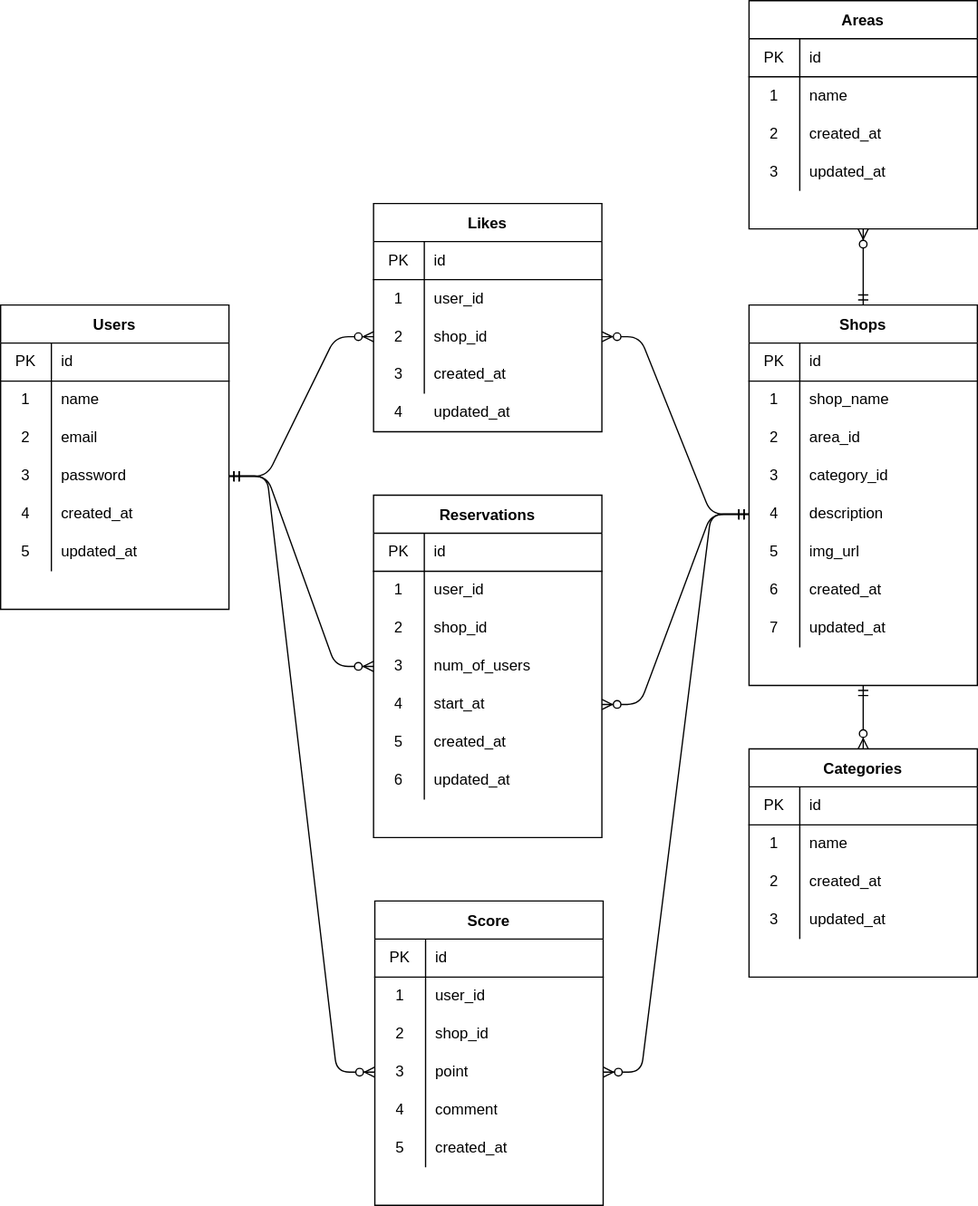
The draw.io diagram er.drawio.svg in rjwiz/rese-pj, before a commit. Source tidied: cells renumbered, new cells last; positions are measured from the earlier drawing's top-left corner, leaving out a move shared by most shapes.
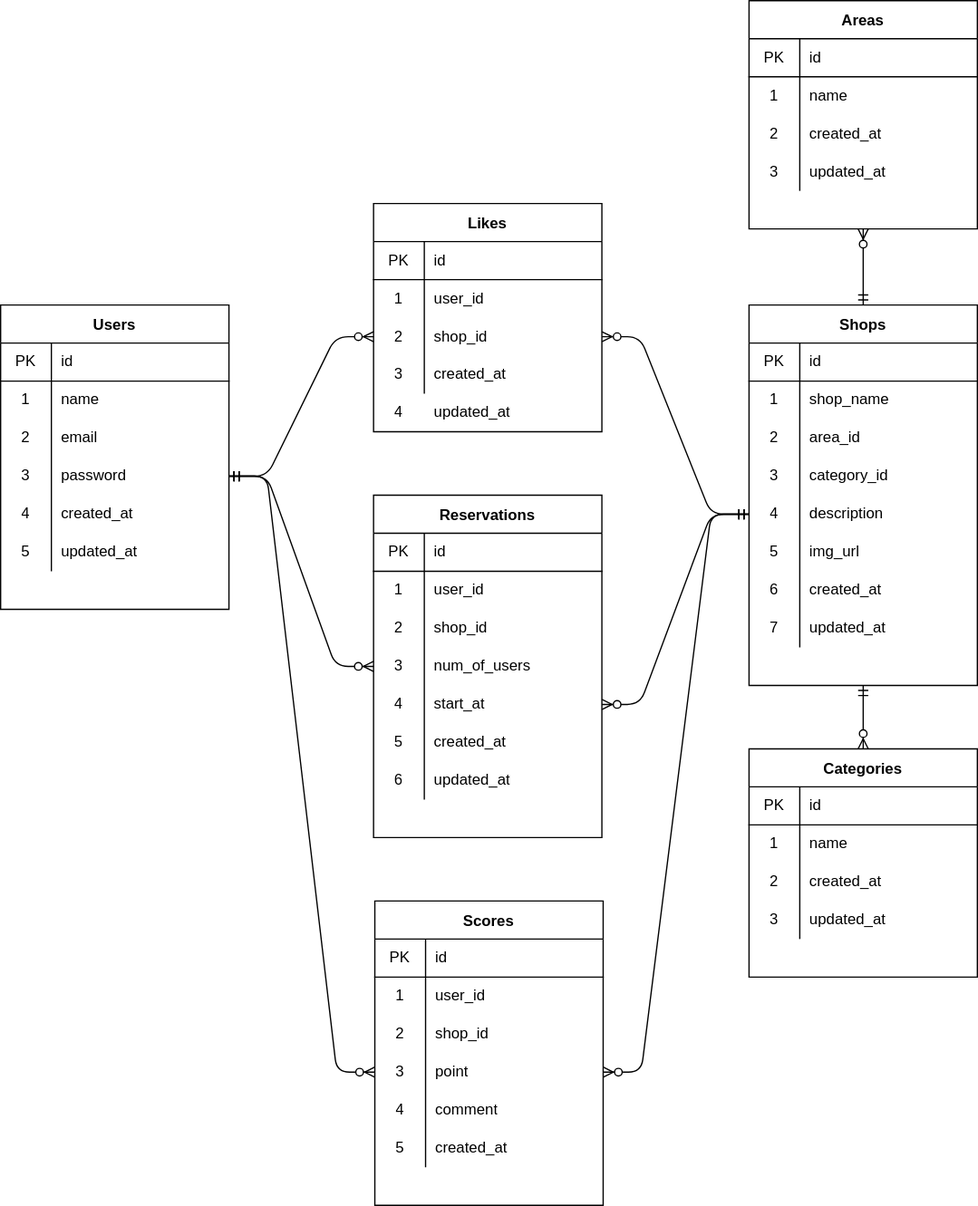
After the commit.

The edit, as a diff of the source:
```diff
@@ -341,7 +341,7 @@
     <mxCell id="114" style="fontSize=12;html=1;endArrow=ERzeroToMany;startArrow=ERmandOne;entryX=0.5;entryY=0;entryDx=0;entryDy=0;exitX=0.5;exitY=1;exitDx=0;exitDy=0;" parent="1" edge="1" source="21" target="81">
       <mxGeometry relative="1" as="geometry" />
     </mxCell>
-    <mxCell id="115" value="Score" style="shape=table;startSize=30;rowLines=0;fontStyle=1;align=center;" parent="1" vertex="1">
+    <mxCell id="115" value="Scores" style="shape=table;startSize=30;rowLines=0;fontStyle=1;align=center;" parent="1" vertex="1">
       <mxGeometry x="295" y="710" width="180" height="240" as="geometry" />
     </mxCell>
     <mxCell id="116" style="shape=partialRectangle;html=1;whiteSpace=wrap;fillColor=none;top=0;left=0;bottom=1;right=0;" parent="115" vertex="1">
```
